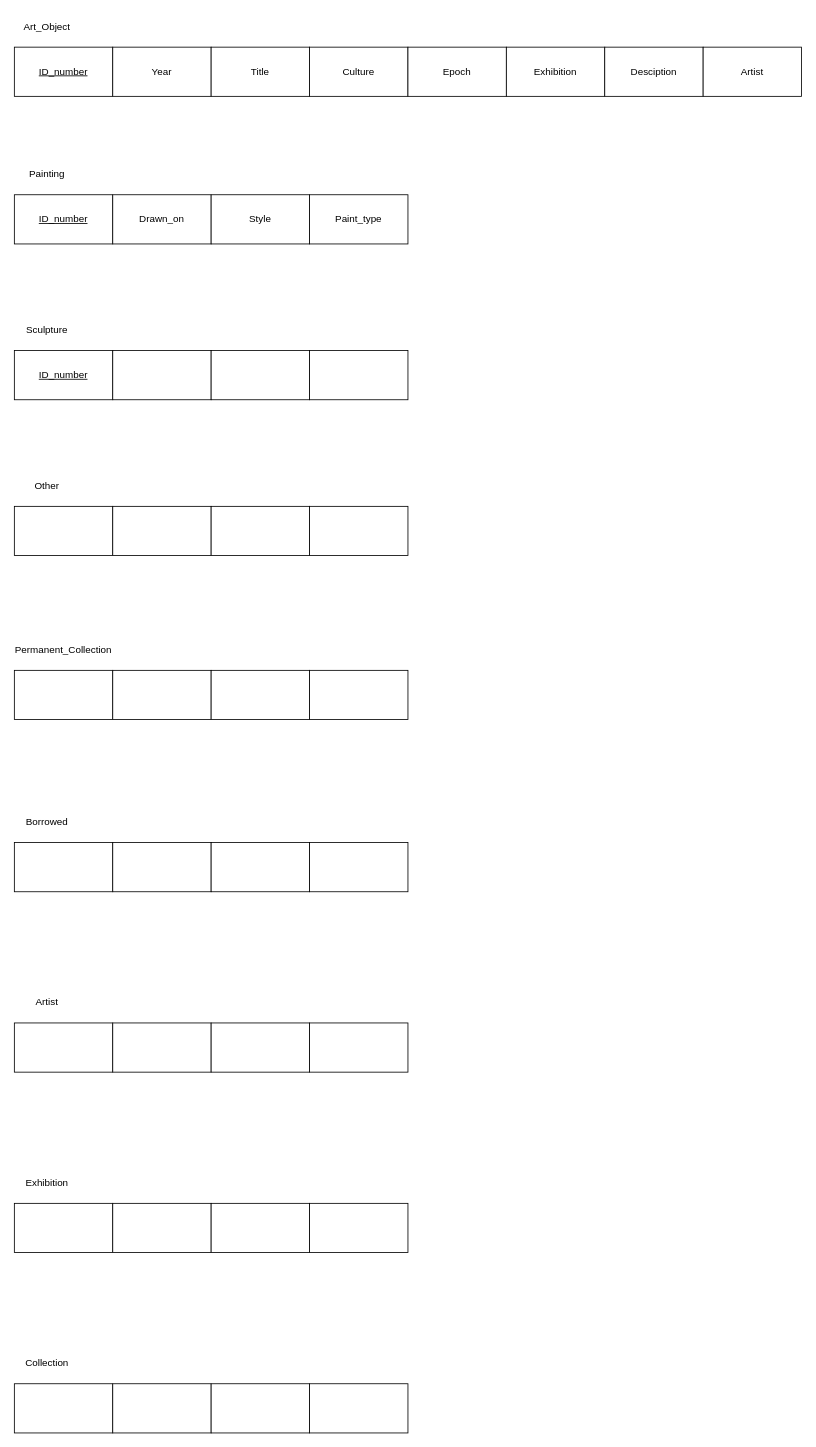
This is EERD.drawio from ENSF-300-F23/museum-project-l03-35, a draw.io file, before an edit. Source tidied: cells renumbered, new cells numbered last; positions are measured from the earlier drawing's top-left corner, leaving out a move shared by most shapes. Both pictures are drawn from the tidied source at 82%, with x=0, y=0 at pixel (14, 14).
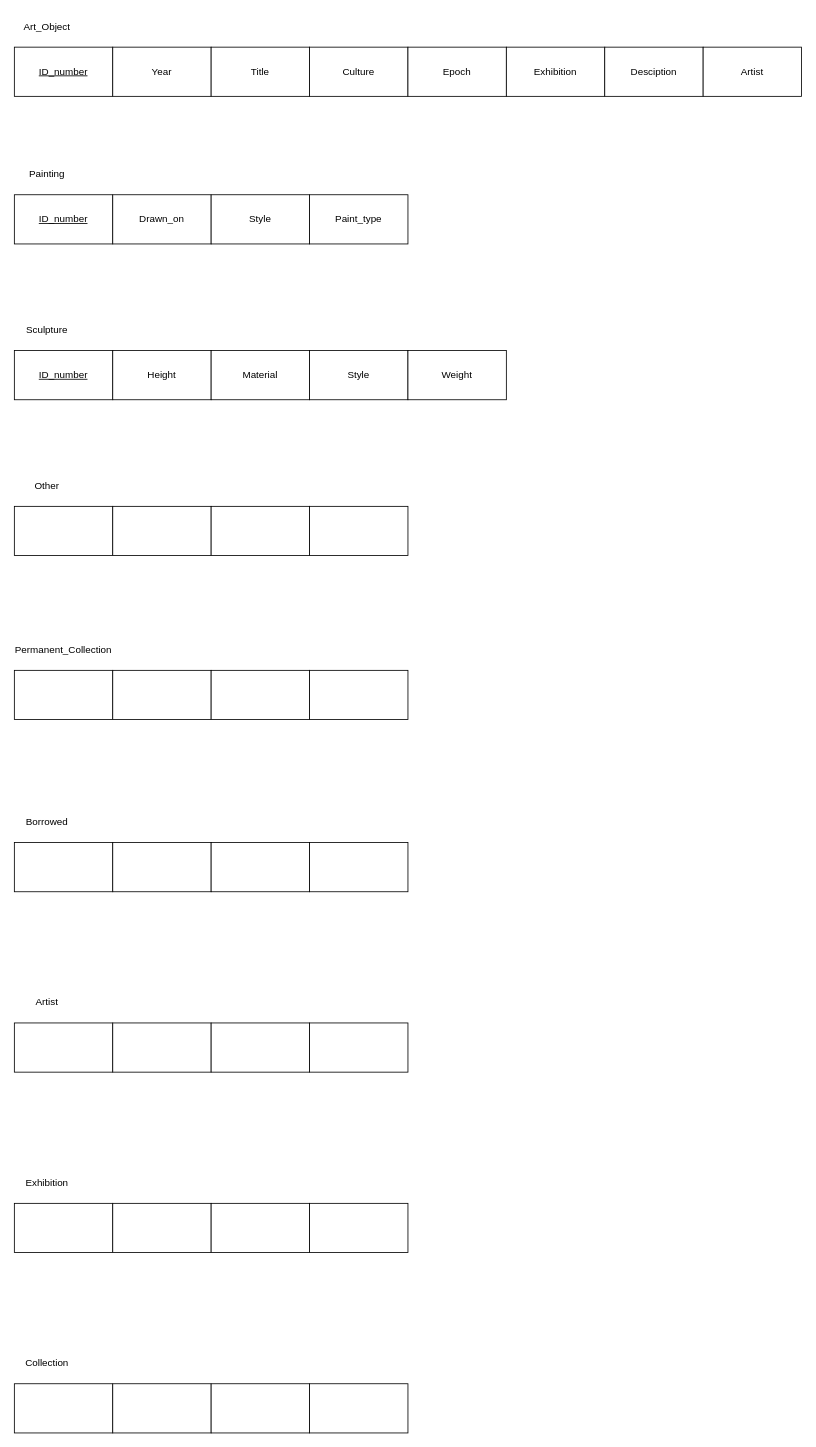
After the change.

Commit message:
Corrected error for "Sculpture" entity

Diff of the diagram source:
```diff
@@
-    <mxCell id="14" style="rounded=0;whiteSpace=wrap;html=1;" parent="1" vertex="1">
+    <mxCell id="14" value="Height" style="rounded=0;whiteSpace=wrap;html=1;" parent="1" vertex="1">
       <mxGeometry x="120" y="410" width="120" height="60" as="geometry" />
     </mxCell>
-    <mxCell id="15" style="rounded=0;whiteSpace=wrap;html=1;" parent="1" vertex="1">
+    <mxCell id="15" value="Material" style="rounded=0;whiteSpace=wrap;html=1;" parent="1" vertex="1">
       <mxGeometry x="240" y="410" width="120" height="60" as="geometry" />
     </mxCell>
-    <mxCell id="16" style="rounded=0;whiteSpace=wrap;html=1;" parent="1" vertex="1">
+    <mxCell id="16" value="Style" style="rounded=0;whiteSpace=wrap;html=1;" parent="1" vertex="1">
       <mxGeometry x="360" y="410" width="120" height="60" as="geometry" />
     </mxCell>
@@
+    <mxCell id="51" value="Weight" style="rounded=0;whiteSpace=wrap;html=1;" parent="1" vertex="1">
+      <mxGeometry x="480" y="410" width="120" height="60" as="geometry" />
+    </mxCell>
```
